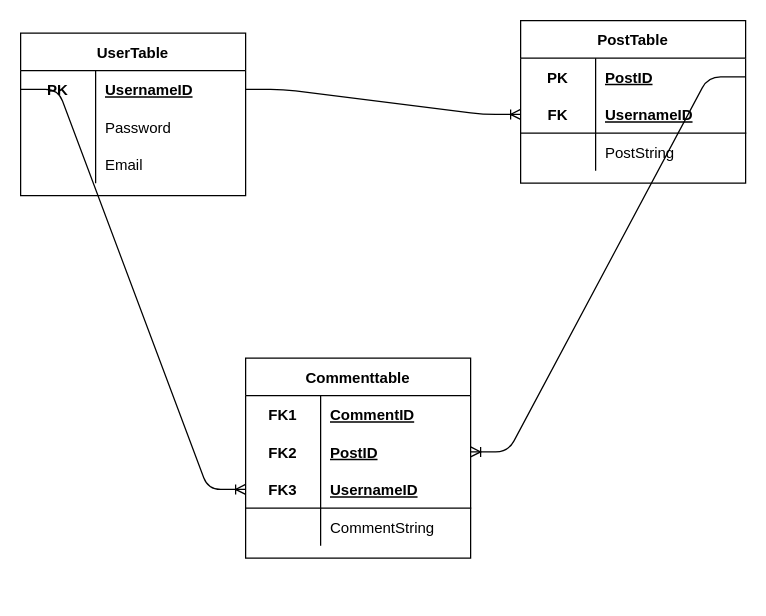
Earlier version of the draw.io diagram Week 3 SQL Project.drawio (sflaherty50/Week-3-SQL). Source tidied: cells renumbered, new cells numbered last; positions are measured from the earlier drawing's top-left corner, leaving out a move shared by most shapes. Both pictures are drawn from the tidied source at 125%, with x=0, y=0 at pixel (20, 20).
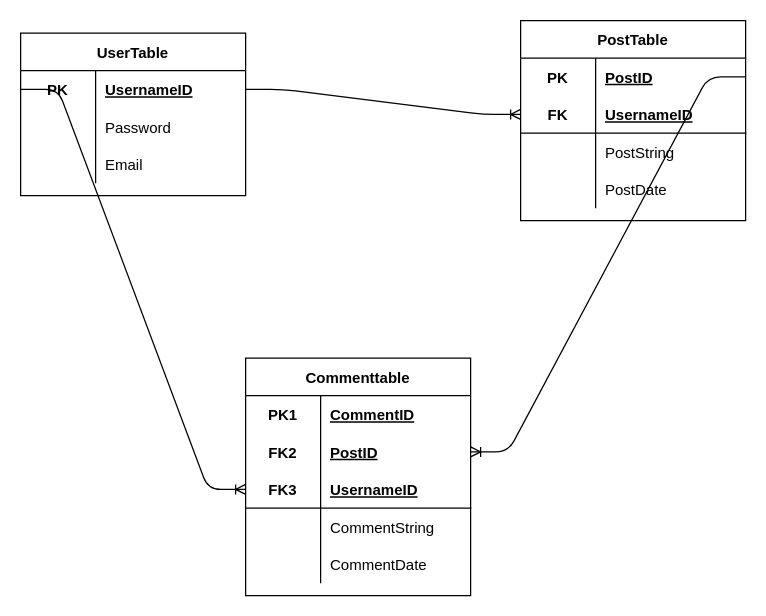
After the change.

The change refers to these unchanged cells:
```xml
<mxCell id="13" style="shape=partialRectangle;fillColor=none;top=0;left=0;bottom=0;right=0;" parent="12" vertex="1">
  <mxGeometry y="30" width="180" height="30" as="geometry" />
</mxCell>
```

Change to the diagram source:
```diff
@@
     <mxCell id="2" value="PostTable" style="shape=table;startSize=30;childLayout=tableLayout;rowLines=0;fontStyle=1;align=center;" parent="1" vertex="1">
-      <mxGeometry x="400" width="180" height="130" as="geometry" />
+      <mxGeometry x="400" width="180" height="160" as="geometry" />
     </mxCell>
@@
+    <mxCell id="38" style="shape=partialRectangle;fillColor=none;top=0;left=0;bottom=0;right=0;" parent="2" vertex="1">
+      <mxGeometry y="120" width="180" height="30" as="geometry" />
+    </mxCell>
+    <mxCell id="39" style="shape=partialRectangle;fillColor=none;top=0;left=0;bottom=0;right=0;overflow=hidden;" parent="38" vertex="1">
+      <mxGeometry width="60" height="30" as="geometry" />
+    </mxCell>
+    <mxCell id="40" value="PostDate" style="shape=partialRectangle;fillColor=none;top=0;left=0;bottom=0;right=0;align=left;spacingLeft=6;overflow=hidden;" parent="38" vertex="1">
+      <mxGeometry x="60" width="120" height="30" as="geometry" />
+    </mxCell>
     <mxCell id="12" value="Commenttable" style="shape=table;startSize=30;childLayout=tableLayout;rowLines=0;fontStyle=1;align=center;" parent="1" vertex="1">
-      <mxGeometry x="180" y="270" width="180" height="160" as="geometry" />
+      <mxGeometry x="180" y="270" width="180" height="190" as="geometry" />
     </mxCell>
@@
-    <mxCell id="14" value="FK1" style="shape=partialRectangle;fillColor=none;top=0;left=0;bottom=0;right=0;fontStyle=1;overflow=hidden;" parent="13" vertex="1">
+    <mxCell id="14" value="PK1" style="shape=partialRectangle;fillColor=none;top=0;left=0;bottom=0;right=0;fontStyle=1;overflow=hidden;" parent="13" vertex="1">
       <mxGeometry width="60" height="30" as="geometry" />
     </mxCell>
@@
+    <mxCell id="41" style="shape=partialRectangle;fillColor=none;top=0;left=0;bottom=0;right=0;" parent="12" vertex="1">
+      <mxGeometry y="150" width="180" height="30" as="geometry" />
+    </mxCell>
+    <mxCell id="42" style="shape=partialRectangle;fillColor=none;top=0;left=0;bottom=0;right=0;overflow=hidden;" parent="41" vertex="1">
+      <mxGeometry width="60" height="30" as="geometry" />
+    </mxCell>
+    <mxCell id="43" value="CommentDate" style="shape=partialRectangle;fillColor=none;top=0;left=0;bottom=0;right=0;align=left;spacingLeft=6;overflow=hidden;" parent="41" vertex="1">
+      <mxGeometry x="60" width="120" height="30" as="geometry" />
+    </mxCell>
```
